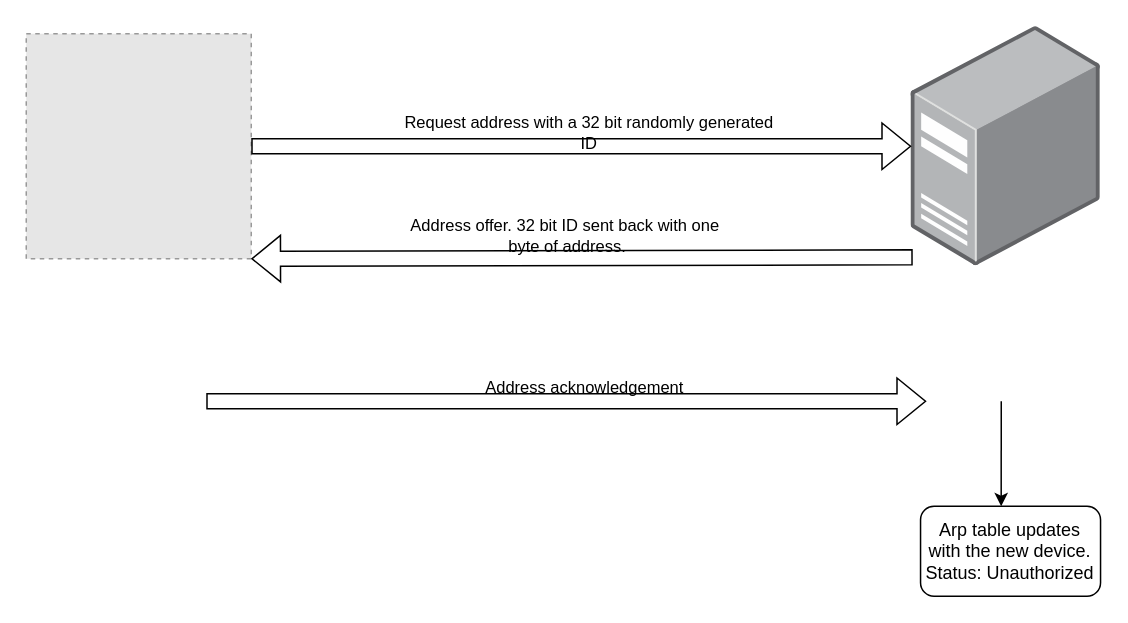
Above: DHCP.drawio in Gepsonka/TDK (draw.io), before the change. Source tidied: cells renumbered, new cells numbered last; positions are measured from the earlier drawing's top-left corner, leaving out a move shared by most shapes. Both pictures are drawn from the tidied source at 150%, with x=0, y=0 at pixel (26, 26). Pictures stored in the file or linked from it are replaced by grey dashed boxes.
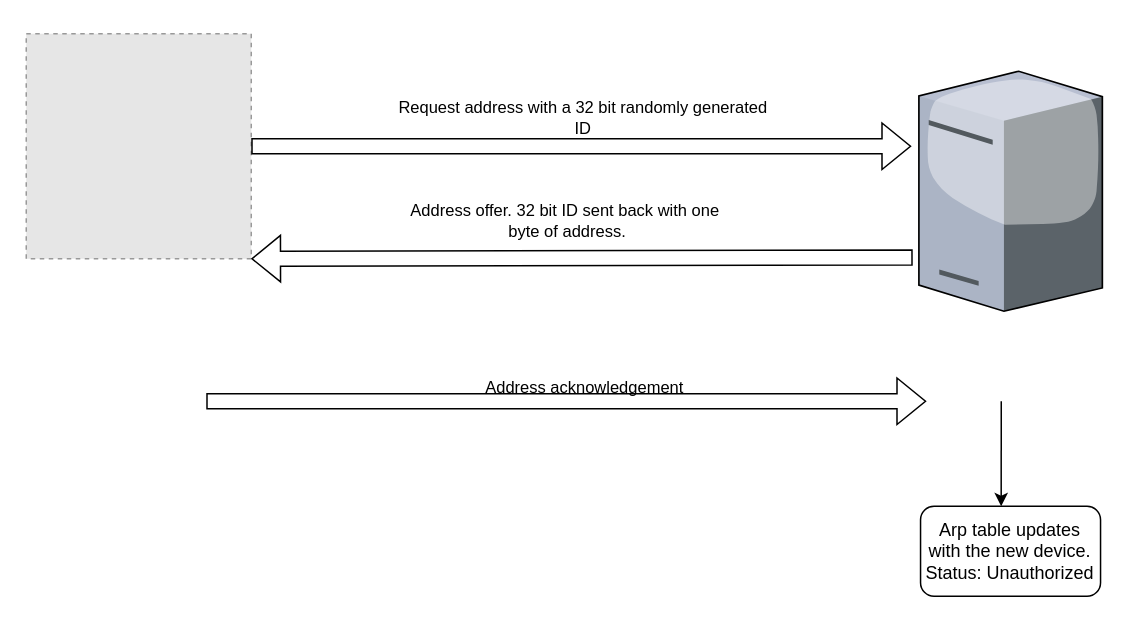
Above is the later version.

What changed in the source:
```diff
@@
 <mxGraphModel>
   <root>
     <mxCell id="0" />
     <mxCell id="1" parent="0" />
-    <mxCell id="2" style="image;points=[];html=1;align=center;shadow=0;dashed=0;image=img/lib/allied_telesis/computer_and_terminals/Server_Desktop.svg;" parent="1" vertex="1">
-      <mxGeometry x="590" width="126.2" height="160" as="geometry" />
-    </mxCell>
-    <mxCell id="3" style="fillColor=#E6E6E6;strokeColor=#999999;dashed=1;verticalLabelPosition=bottom;labelBackgroundColor=default;verticalAlign=top;" parent="1" vertex="1">
+    <mxCell id="3" style="fillColor=#E6E6E6;strokeColor=#999999;dashed=1;verticalLabelPosition=bottom;labelBackgroundColor=default;verticalAlign=top;fontColor=#DBDBDB;" parent="1" vertex="1">
       <mxGeometry y="5" width="150" height="150" as="geometry" />
     </mxCell>
-    <mxCell id="4" style="shape=flexArrow;endArrow=classic;html=1;rounded=0;exitX=1;exitY=0.5;exitDx=0;exitDy=0;" parent="1" edge="1" source="3" target="2">
-      <mxGeometry relative="1" as="geometry" />
+    <mxCell id="4" style="shape=flexArrow;endArrow=classic;html=1;rounded=0;exitX=1;exitY=0.5;exitDx=0;exitDy=0;" parent="1" edge="1" source="3">
+      <mxGeometry relative="1" as="geometry">
+        <mxPoint x="590" y="80" as="targetPoint" />
+      </mxGeometry>
     </mxCell>
     <mxCell id="5" value="&lt;div&gt;Request address with a 32 bit randomly generated&lt;/div&gt;&lt;div&gt;ID&lt;br&gt;&lt;/div&gt;" style="edgeLabel;html=1;align=center;verticalAlign=middle;labelBackgroundColor=none;" parent="4" vertex="1">
       <mxGeometry x="0.02" y="-3" relative="1" as="geometry">
-        <mxPoint y="-13" as="offset" />
+        <mxPoint x="-4" y="-23" as="offset" />
       </mxGeometry>
     </mxCell>
-    <mxCell id="6" value="&lt;div&gt;Address offer. 32 bit ID sent back with one&lt;/div&gt;&lt;div&gt;&amp;nbsp;byte of address.&lt;/div&gt;" style="shape=flexArrow;endArrow=classic;html=1;rounded=0;entryX=1;entryY=1;entryDx=0;entryDy=0;labelBackgroundColor=none;exitX=0.008;exitY=0.963;exitDx=0;exitDy=0;exitPerimeter=0;" parent="1" edge="1" source="2" target="3">
-      <mxGeometry x="0.05" y="-15" relative="1" as="geometry" />
+    <mxCell id="6" value="&lt;div&gt;Address offer. 32 bit ID sent back with one&lt;/div&gt;&lt;div&gt;&amp;nbsp;byte of address.&lt;/div&gt;" style="shape=flexArrow;endArrow=classic;html=1;rounded=0;entryX=1;entryY=1;entryDx=0;entryDy=0;labelBackgroundColor=none;exitX=0.008;exitY=0.963;exitDx=0;exitDy=0;exitPerimeter=0;" parent="1" edge="1" target="3">
+      <mxGeometry x="0.05" y="-25" relative="1" as="geometry">
+        <mxPoint x="591" y="154.1" as="sourcePoint" />
+      </mxGeometry>
     </mxCell>
     <mxCell id="7" style="shape=flexArrow;endArrow=classic;html=1;rounded=0;" parent="1" edge="1">
       <mxGeometry relative="1" as="geometry">
         <mxPoint x="120" y="250" as="sourcePoint" />
         <mxPoint x="600" y="250" as="targetPoint" />
       </mxGeometry>
     </mxCell>
     <mxCell id="8" value="Address acknowledgement" style="edgeLabel;html=1;align=center;verticalAlign=middle;labelBackgroundColor=none;" parent="7" vertex="1">
       <mxGeometry x="0.14" y="-1" relative="1" as="geometry">
         <mxPoint x="-23" y="-11" as="offset" />
       </mxGeometry>
     </mxCell>
     <mxCell id="9" value="Arp table updates with the new device. Status: Unauthorized" style="rounded=1;whiteSpace=wrap;html=1;" parent="1" vertex="1">
       <mxGeometry x="596.2" y="320" width="120" height="60" as="geometry" />
     </mxCell>
     <mxCell id="10" style="endArrow=classic;html=1;rounded=0;entryX=0.448;entryY=0;entryDx=0;entryDy=0;entryPerimeter=0;" parent="1" edge="1" target="9">
       <mxGeometry relative="1" as="geometry">
         <mxPoint x="650" y="250" as="sourcePoint" />
       </mxGeometry>
     </mxCell>
+    <mxCell id="11" style="verticalLabelPosition=bottom;sketch=0;html=1;verticalAlign=top;strokeColor=none;align=center;shape=mxgraph.citrix.license_server;" parent="1" vertex="1">
+      <mxGeometry x="595.1" y="30" width="122.3" height="160" as="geometry" />
+    </mxCell>
   </root>
 </mxGraphModel>
```
